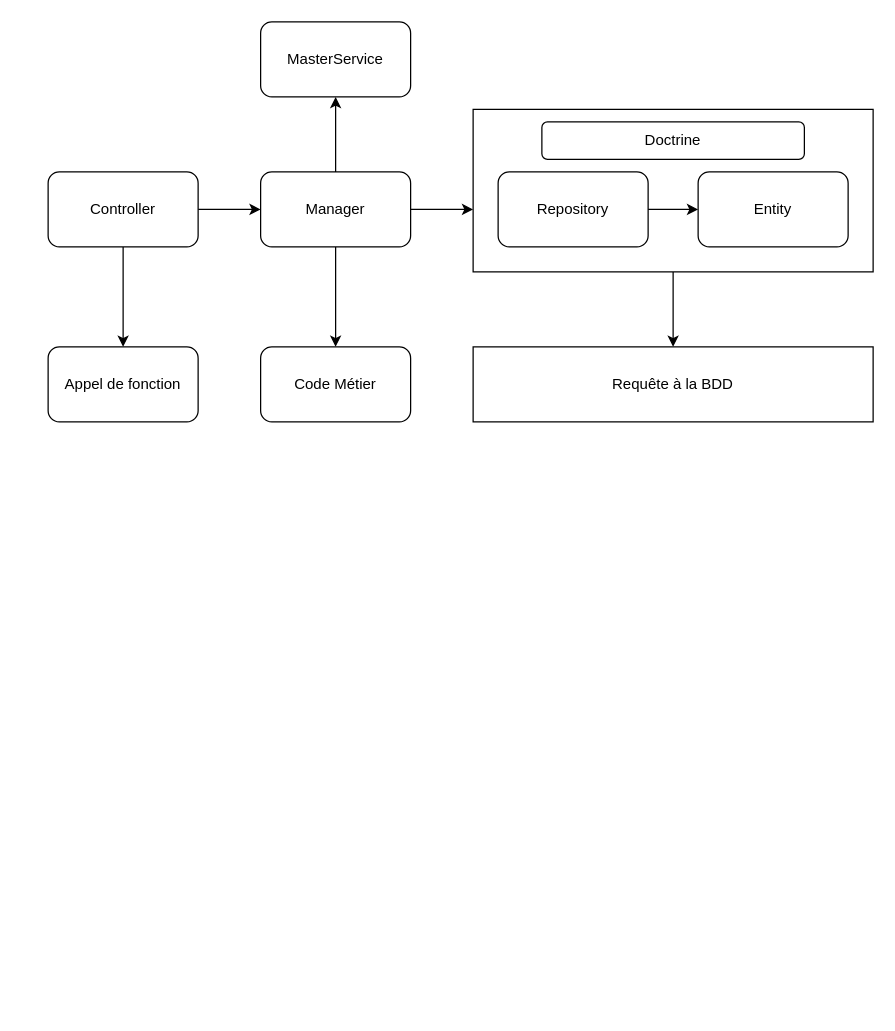
Above: philoRight.drawio in nrgix2/api-netpoint (draw.io), before the change. Source tidied: cells renumbered, new cells numbered last; positions are measured from the earlier drawing's top-left corner, leaving out a move shared by most shapes. Both pictures are drawn from the tidied source at 125%, with x=0, y=0 at pixel (48, 21).
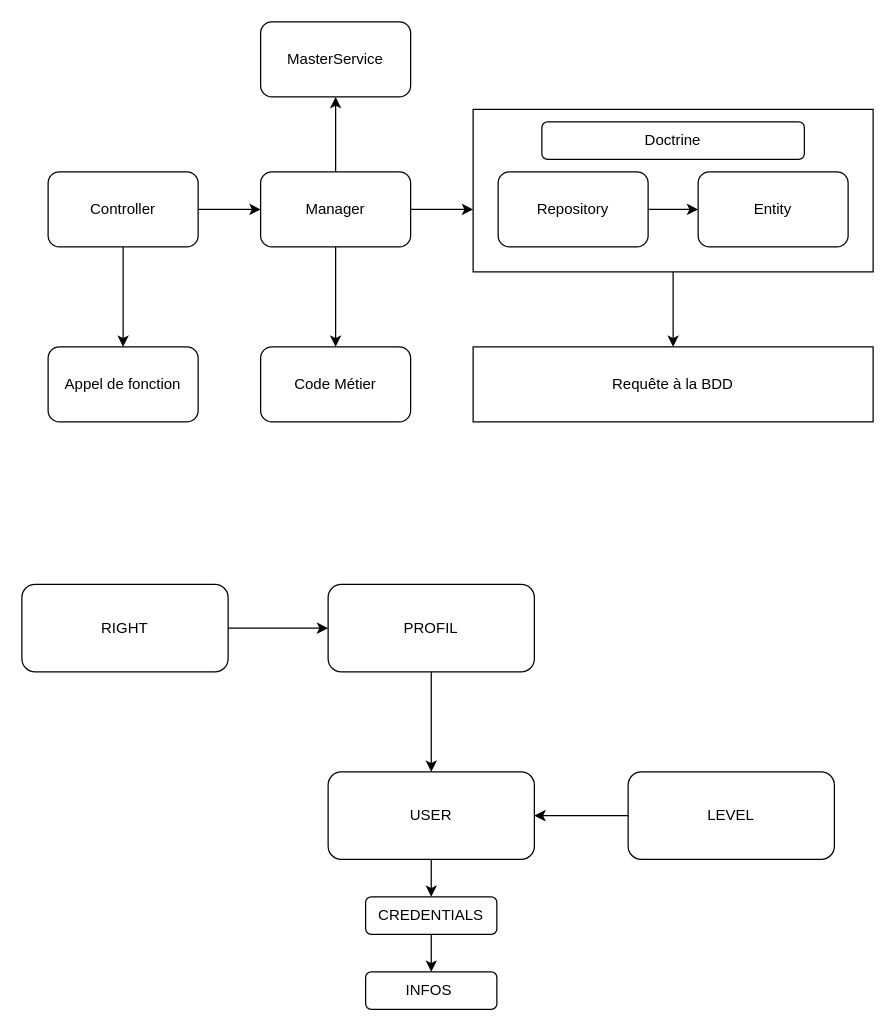
The same diagram, later.

Change to the diagram source:
```diff
@@
+    <mxCell id="19" style="edgeStyle=orthogonalEdgeStyle;rounded=0;jettySize=auto;html=1;" parent="1" edge="1" source="20" target="23">
+      <mxGeometry relative="1" as="geometry" />
+    </mxCell>
+    <mxCell id="20" value="USER" style="rounded=1;whiteSpace=wrap;html=1;" parent="1" vertex="1">
+      <mxGeometry x="224" y="600" width="165" height="70" as="geometry" />
+    </mxCell>
+    <mxCell id="21" value="INFOS&amp;nbsp;" style="rounded=1;whiteSpace=wrap;html=1;" parent="1" vertex="1">
+      <mxGeometry x="254" y="760" width="105" height="30" as="geometry" />
+    </mxCell>
+    <mxCell id="22" style="edgeStyle=orthogonalEdgeStyle;rounded=0;jettySize=auto;html=1;" parent="1" edge="1" source="23" target="21">
+      <mxGeometry relative="1" as="geometry" />
+    </mxCell>
+    <mxCell id="23" value="CREDENTIALS" style="rounded=1;whiteSpace=wrap;html=1;" parent="1" vertex="1">
+      <mxGeometry x="254" y="700" width="105" height="30" as="geometry" />
+    </mxCell>
+    <mxCell id="24" style="edgeStyle=orthogonalEdgeStyle;rounded=0;jettySize=auto;html=1;entryX=1;entryY=0.5;entryDx=0;entryDy=0;" parent="1" edge="1" source="25" target="20">
+      <mxGeometry relative="1" as="geometry" />
+    </mxCell>
+    <mxCell id="25" value="LEVEL" style="rounded=1;whiteSpace=wrap;html=1;" parent="1" vertex="1">
+      <mxGeometry x="464" y="600" width="165" height="70" as="geometry" />
+    </mxCell>
+    <mxCell id="26" style="edgeStyle=orthogonalEdgeStyle;rounded=0;jettySize=auto;html=1;" parent="1" edge="1" source="27" target="20">
+      <mxGeometry relative="1" as="geometry" />
+    </mxCell>
+    <mxCell id="27" value="PROFIL" style="rounded=1;whiteSpace=wrap;html=1;" parent="1" vertex="1">
+      <mxGeometry x="224" y="450" width="165" height="70" as="geometry" />
+    </mxCell>
+    <mxCell id="28" style="edgeStyle=orthogonalEdgeStyle;rounded=0;jettySize=auto;html=1;" parent="1" edge="1" source="29" target="27">
+      <mxGeometry relative="1" as="geometry" />
+    </mxCell>
+    <mxCell id="29" value="RIGHT" style="rounded=1;whiteSpace=wrap;html=1;" parent="1" vertex="1">
+      <mxGeometry x="-21" y="450" width="165" height="70" as="geometry" />
+    </mxCell>
```
